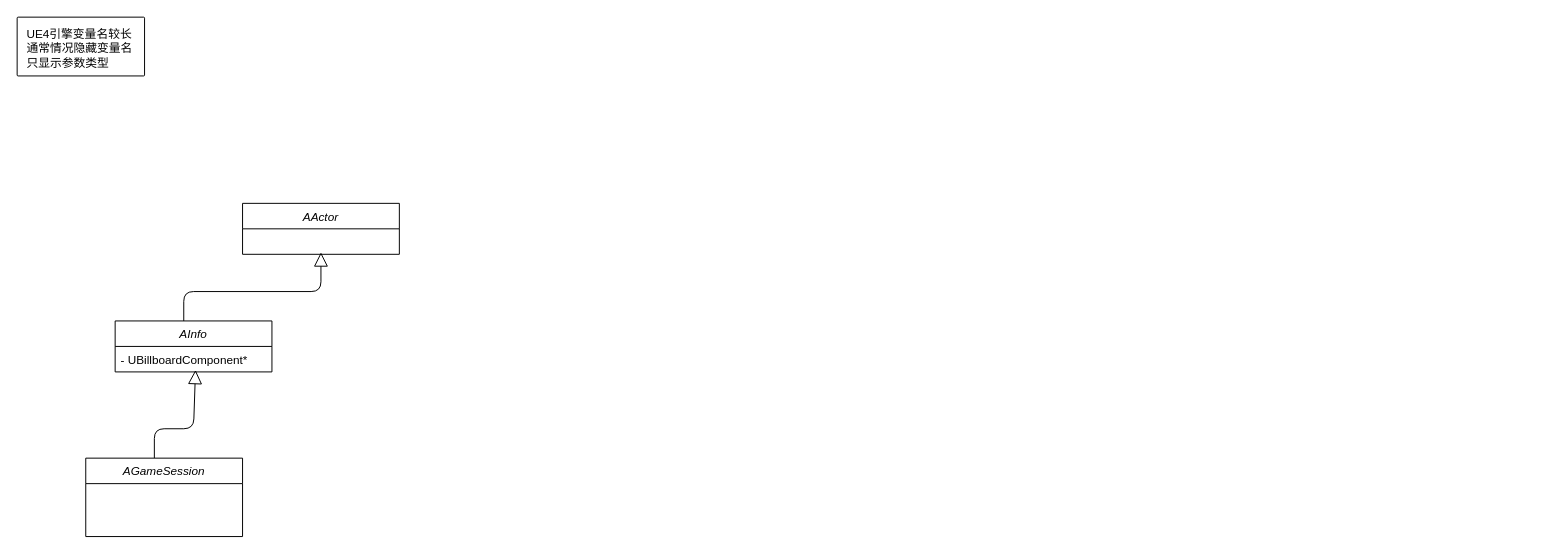
Earlier version of the draw.io diagram UE4.drawio (sakyaer/diagrams). Source tidied: cells renumbered, new cells numbered last; positions are measured from the earlier drawing's top-left corner, leaving out a move shared by most shapes. Both pictures are drawn from the tidied source at 98%, with x=0, y=0 at pixel (17, 17).
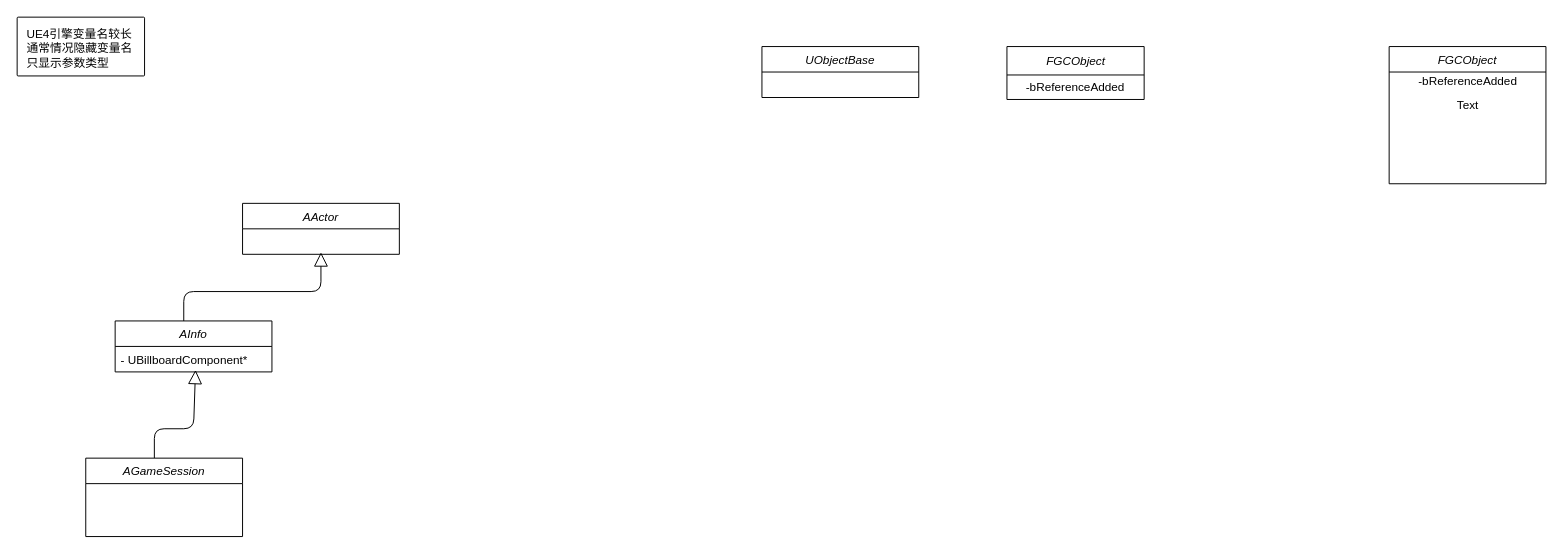
The same diagram, later.

Diff of the diagram source:
```diff
@@
 <mxGraphModel>
   <root>
     <mxCell id="0" />
     <mxCell id="1" parent="0" />
     <mxCell id="2" value="AInfo" style="swimlane;fontStyle=2;align=center;verticalAlign=top;horizontal=1;startSize=26;rounded=0;shadow=0;strokeWidth=1;" parent="1" vertex="1">
       <mxGeometry x="100" y="310" width="160" height="52" as="geometry" />
     </mxCell>
     <mxCell id="3" value="- UBillboardComponent*" style="text;align=left;verticalAlign=top;spacingLeft=4;spacingRight=4;overflow=hidden;rounded=0;shadow=0;html=0;" parent="2" vertex="1">
       <mxGeometry y="26" width="160" height="26" as="geometry" />
     </mxCell>
     <mxCell id="4" style="edgeStyle=none;html=1;endSize=12;endArrow=block;endFill=0;" parent="1" edge="1">
       <mxGeometry relative="1" as="geometry">
         <mxPoint x="140" y="450" as="sourcePoint" />
         <mxPoint x="182" y="360" as="targetPoint" />
         <Array as="points">
           <mxPoint x="140" y="420" />
           <mxPoint x="180" y="420" />
         </Array>
       </mxGeometry>
     </mxCell>
     <mxCell id="5" value="AGameSession" style="swimlane;fontStyle=2;align=center;verticalAlign=top;horizontal=1;startSize=26;rounded=0;shadow=0;strokeWidth=1;" parent="1" vertex="1">
       <mxGeometry x="70" y="450" width="160" height="80" as="geometry" />
     </mxCell>
     <mxCell id="6" value="UE4引擎变量名较长&lt;br&gt;通常情况隐藏变量名&lt;br&gt;只显示参数类型" style="rounded=1;absoluteArcSize=1;arcSize=2;html=1;shadow=0;dashed=0;fontSize=12;align=left;verticalAlign=top;spacing=10;spacingTop=-4;" parent="1" vertex="1">
       <mxGeometry width="130" height="60" as="geometry" />
     </mxCell>
     <mxCell id="7" style="edgeStyle=none;html=1;endSize=12;endArrow=block;endFill=0;" parent="1" edge="1">
       <mxGeometry relative="1" as="geometry">
         <mxPoint x="170" y="310" as="sourcePoint" />
         <mxPoint x="310" y="240" as="targetPoint" />
         <Array as="points">
           <mxPoint x="170" y="280" />
           <mxPoint x="310" y="280" />
         </Array>
       </mxGeometry>
     </mxCell>
     <mxCell id="8" value="AActor" style="swimlane;fontStyle=2;align=center;verticalAlign=top;horizontal=1;startSize=26;rounded=0;shadow=0;strokeWidth=1;" parent="1" vertex="1">
       <mxGeometry x="230" y="190" width="160" height="52" as="geometry" />
     </mxCell>
+    <mxCell id="9" value="UObjectBase" style="swimlane;fontStyle=2;align=center;verticalAlign=top;horizontal=1;startSize=26;rounded=0;shadow=0;strokeWidth=1;" parent="1" vertex="1">
+      <mxGeometry x="760" y="30" width="160" height="52" as="geometry" />
+    </mxCell>
+    <mxCell id="10" value="FGCObject" style="swimlane;fontStyle=2;align=center;verticalAlign=top;horizontal=1;startSize=26;rounded=0;shadow=0;strokeWidth=1;" parent="1" vertex="1">
+      <mxGeometry x="1400" y="30" width="160" height="140" as="geometry" />
+    </mxCell>
+    <mxCell id="11" value="-bReferenceAdded" style="text;html=1;align=center;verticalAlign=middle;" parent="10" vertex="1">
+      <mxGeometry y="26" width="160" height="20" as="geometry" />
+    </mxCell>
+    <mxCell id="12" value="Text" style="text;html=1;align=center;verticalAlign=middle;" parent="1" vertex="1">
+      <mxGeometry x="1460" y="80" width="40" height="20" as="geometry" />
+    </mxCell>
+    <mxCell id="13" value="&lt;span style=&quot;font-style: italic ; font-weight: 400&quot;&gt;FGCObject&lt;/span&gt;" style="swimlane;fontStyle=1;align=center;verticalAlign=middle;horizontal=1;startSize=29;html=1;" parent="1" vertex="1">
+      <mxGeometry x="1010" y="30" width="140" height="54" as="geometry" />
+    </mxCell>
+    <mxCell id="14" value="-bReferenceAdded" style="text;html=1;strokeColor=none;fillColor=none;align=center;verticalAlign=middle;spacingLeft=4;spacingRight=4;overflow=hidden;" parent="13" vertex="1">
+      <mxGeometry y="29" width="140" height="25" as="geometry" />
+    </mxCell>
   </root>
 </mxGraphModel>
```
